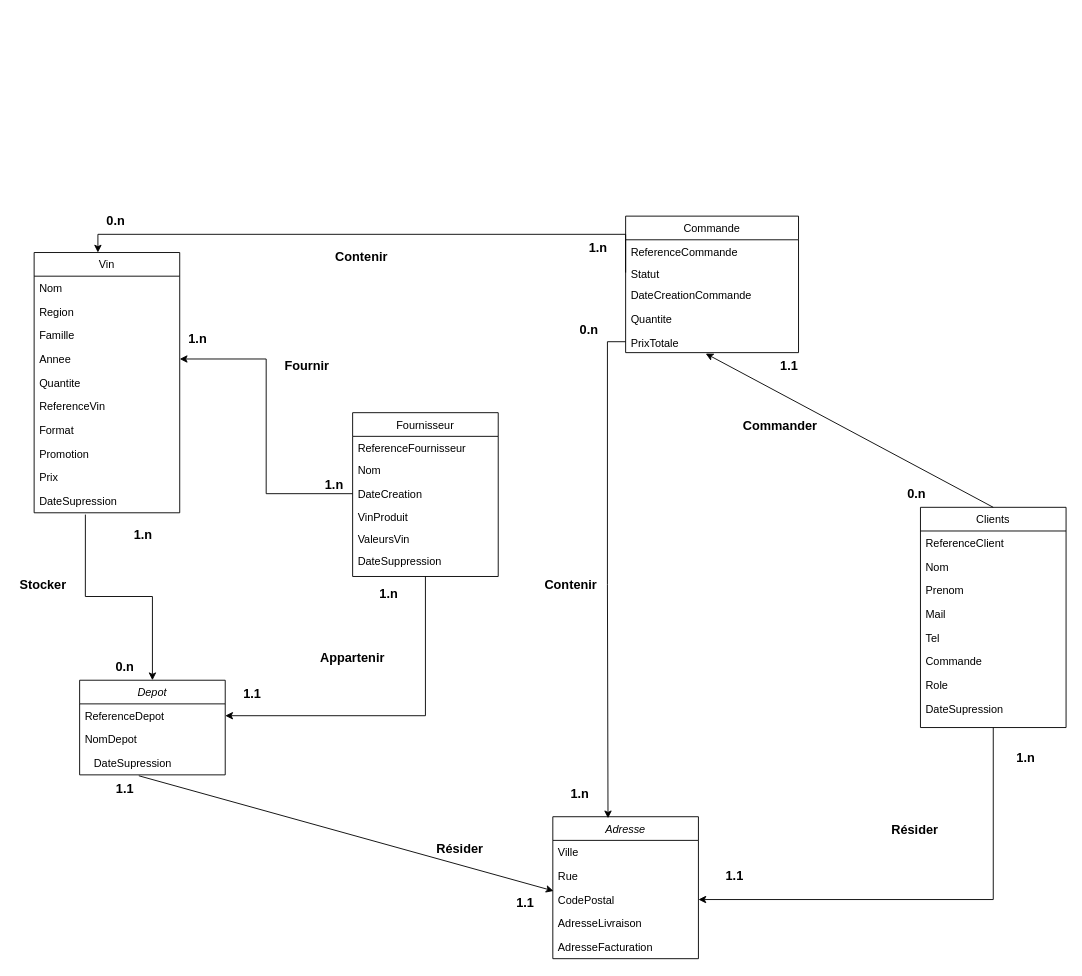
This is projet-vin-mcd.drawio from TorayLaTortue/Projet-vin, a draw.io file, before an edit. Source tidied: cells renumbered, new cells numbered last; positions are measured from the earlier drawing's top-left corner, leaving out a move shared by most shapes. Both pictures are drawn from the tidied source at 91%, with x=0, y=0 at pixel (15, 207).
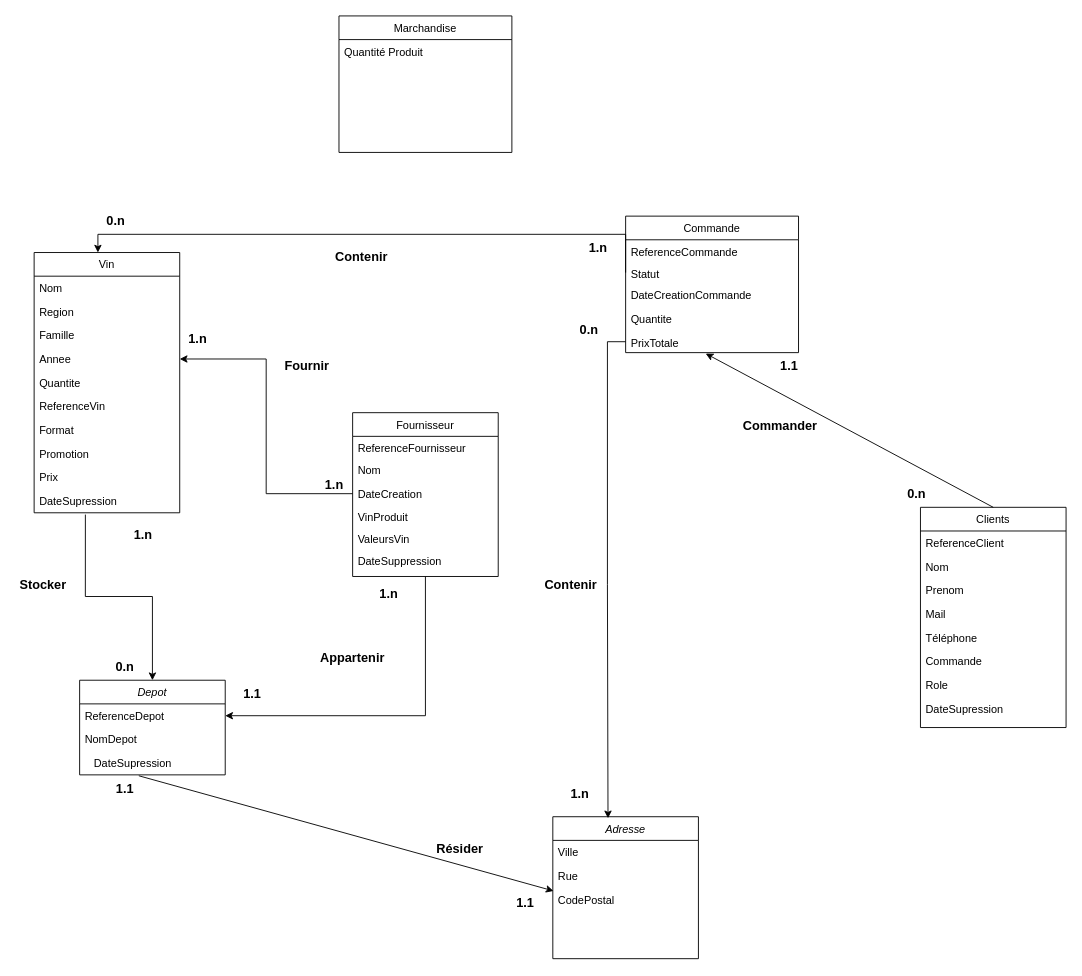
Above is the later version.

Commit message:
Mettre à jour projet-vin-mcd.drawio

Unchanged cells that the change refers to:
```xml
<mxCell id="2" value="Adresse" style="swimlane;fontStyle=2;align=center;verticalAlign=top;horizontal=1;startSize=26;rounded=0;shadow=0;strokeWidth=1;" parent="1" vertex="1">
  <mxGeometry x="590" y="670" width="160" height="156" as="geometry" />
</mxCell>
<mxCell id="5" value="CodePostal" style="text;align=left;verticalAlign=top;spacingLeft=4;spacingRight=4;overflow=hidden;points=[[0,0.5],[1,0.5]];portConstraint=eastwest;rounded=0;shadow=0;html=0;" parent="2" vertex="1">
  <mxGeometry y="78" width="160" height="26" as="geometry" />
</mxCell>
<mxCell id="28" value="Clients" style="swimlane;fontStyle=0;align=center;verticalAlign=top;horizontal=1;startSize=26;rounded=0;shadow=0;strokeWidth=1;" parent="1" vertex="1">
  <mxGeometry x="994" y="330" width="160" height="242" as="geometry" />
</mxCell>
```

Change to the diagram source:
```diff
@@
-    <mxCell id="6" value="AdresseLivraison " style="text;align=left;verticalAlign=top;spacingLeft=4;spacingRight=4;overflow=hidden;rounded=0;shadow=0;html=0;" parent="2" vertex="1">
-      <mxGeometry y="104" width="160" height="26" as="geometry" />
-    </mxCell>
-    <mxCell id="7" value="AdresseFacturation" style="text;align=left;verticalAlign=top;spacingLeft=4;spacingRight=4;overflow=hidden;rounded=0;shadow=0;html=0;" parent="2" vertex="1">
-      <mxGeometry y="130" width="160" height="26" as="geometry" />
-    </mxCell>
@@
-    <mxCell id="27" style="edgeStyle=orthogonalEdgeStyle;rounded=0;jettySize=auto;html=1;exitX=0.5;exitY=1;exitDx=0;exitDy=0;" parent="1" edge="1" source="28" target="5">
-      <mxGeometry relative="1" as="geometry" />
-    </mxCell>
@@
-    <mxCell id="33" value="Tel" style="text;align=left;verticalAlign=top;spacingLeft=4;spacingRight=4;overflow=hidden;rounded=0;shadow=0;html=0;" parent="28" vertex="1">
+    <mxCell id="33" value="Téléphone" style="text;align=left;verticalAlign=top;spacingLeft=4;spacingRight=4;overflow=hidden;rounded=0;shadow=0;html=0;" parent="28" vertex="1">
       <mxGeometry y="130" width="160" height="26" as="geometry" />
     </mxCell>
@@
-    <mxCell id="46" value="&lt;b&gt;&lt;font style=&quot;font-size: 14px;&quot;&gt;1.n&lt;/font&gt;&lt;/b&gt;" style="text;html=1;align=center;verticalAlign=middle;whiteSpace=wrap;rounded=0;" parent="1" vertex="1">
-      <mxGeometry x="1080" y="590" width="60" height="30" as="geometry" />
-    </mxCell>
-    <mxCell id="47" value="&lt;span style=&quot;font-size: 14px;&quot;&gt;&lt;b&gt;1.1&lt;/b&gt;&lt;/span&gt;" style="text;html=1;align=center;verticalAlign=middle;whiteSpace=wrap;rounded=0;" parent="1" vertex="1">
-      <mxGeometry x="760" y="720" width="60" height="30" as="geometry" />
-    </mxCell>
-    <mxCell id="48" value="&lt;span style=&quot;font-size: 14px;&quot;&gt;&lt;b&gt;Résider&amp;nbsp;&lt;/b&gt;&lt;/span&gt;" style="text;html=1;align=center;verticalAlign=middle;whiteSpace=wrap;rounded=0;" parent="1" vertex="1">
-      <mxGeometry x="960" y="670" width="60" height="30" as="geometry" />
-    </mxCell>
@@
+    <mxCell id="77" value="Marchandise" style="swimlane;fontStyle=0;align=center;verticalAlign=top;horizontal=1;startSize=26;rounded=0;shadow=0;strokeWidth=1;" parent="1" vertex="1">
+      <mxGeometry x="355" y="-210" width="190" height="150" as="geometry" />
+    </mxCell>
+    <mxCell id="78" value="Quantité Produit" style="text;align=left;verticalAlign=top;spacingLeft=4;spacingRight=4;overflow=hidden;" parent="77" vertex="1">
+      <mxGeometry y="26" width="190" height="24" as="geometry" />
+    </mxCell>
```
